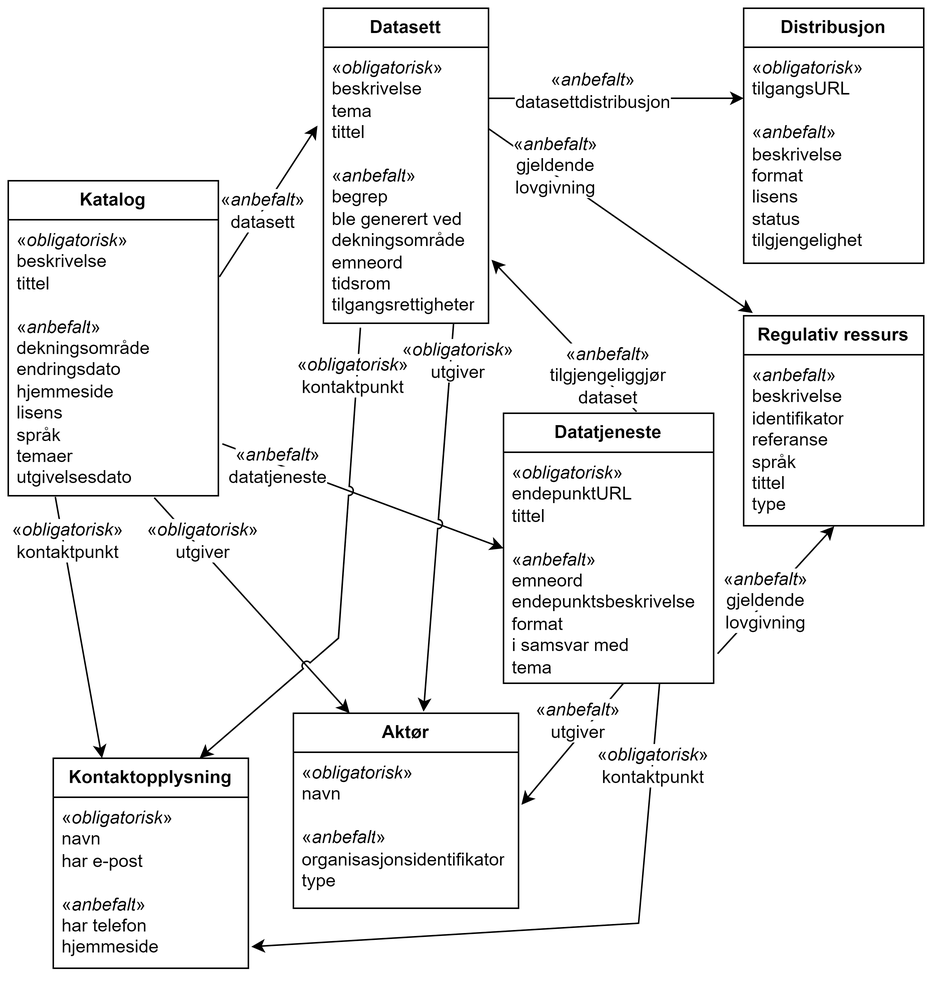
Above: docs/images/DCAT-AP-NO-forenklet-fremstilling.png in Informasjonsforvaltning/dcat-ap-no (draw.io), before the change. Source tidied: cells renumbered, new cells last; positions are measured from the earlier drawing's top-left corner, leaving out a move shared by most shapes.
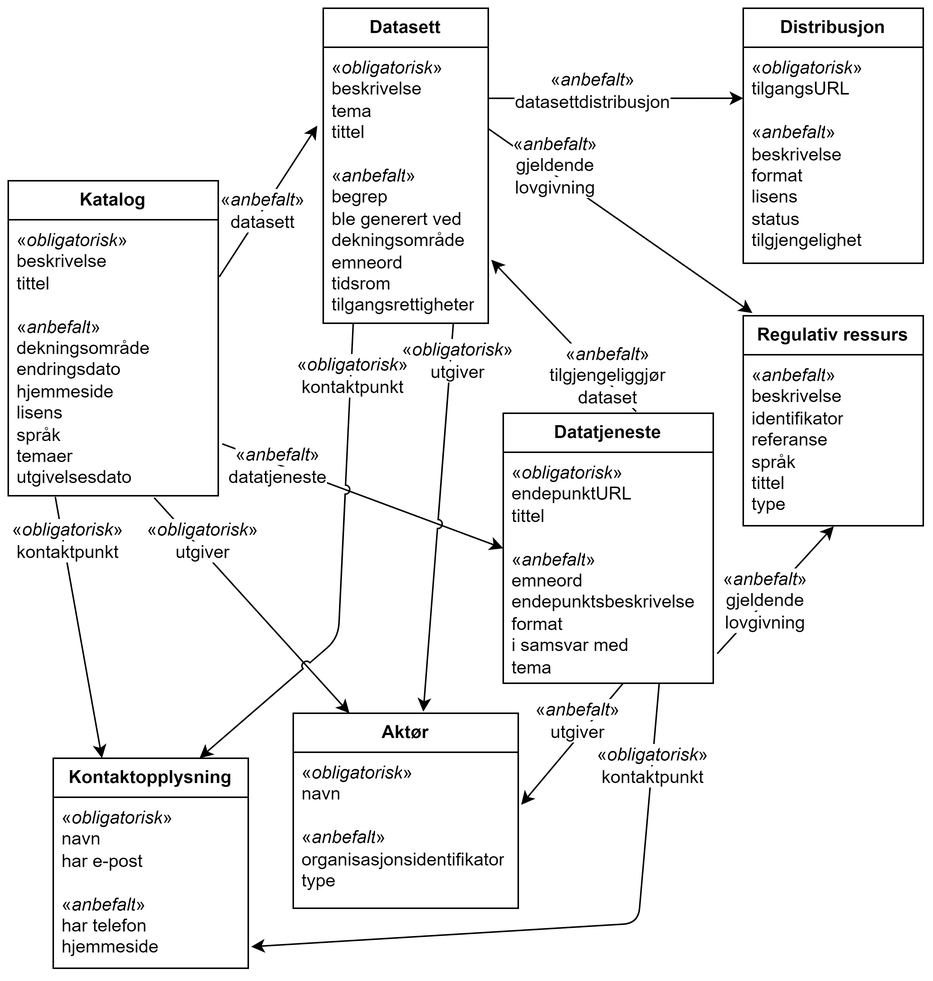
Later version of the same file.

Commit message:
Oppdaterer Forenklet fremstilling

Diff of the diagram source:
```diff
@@ -100,7 +100,7 @@
     <mxCell id="33" value="&lt;span style=&quot;background-color: rgb(255, 255, 255);&quot;&gt;«&lt;i&gt;anbefalt&lt;/i&gt;»&lt;/span&gt;&lt;div&gt;&lt;span style=&quot;background-color: rgb(255, 255, 255);&quot;&gt;utgiver&lt;/span&gt;&lt;/div&gt;" style="text;html=1;align=center;verticalAlign=middle;whiteSpace=wrap;rounded=0;" parent="1" vertex="1">
       <mxGeometry x="350" y="460" width="60" height="30" as="geometry" />
     </mxCell>
-    <mxCell id="34" style="endArrow=classic;html=1;rounded=0;exitX=0.743;exitY=0.998;exitDx=0;exitDy=0;exitPerimeter=0;entryX=1.015;entryY=0.874;entryDx=0;entryDy=0;entryPerimeter=0;" parent="1" edge="1" source="15" target="5">
+    <mxCell id="34" style="endArrow=classic;html=1;rounded=1;exitX=0.743;exitY=0.998;exitDx=0;exitDy=0;exitPerimeter=0;entryX=1.015;entryY=0.874;entryDx=0;entryDy=0;entryPerimeter=0;curved=0;" parent="1" edge="1" source="15" target="5">
       <mxGeometry relative="1" as="geometry">
         <Array as="points">
           <mxPoint x="420" y="610" />
@@ -110,8 +110,9 @@
     <mxCell id="35" value="&lt;span style=&quot;background-color: rgb(255, 255, 255);&quot;&gt;«&lt;i&gt;obligatorisk&lt;/i&gt;»&lt;/span&gt;&lt;div&gt;&lt;span style=&quot;background-color: rgb(255, 255, 255);&quot;&gt;kontaktpunkt&lt;/span&gt;&lt;/div&gt;" style="text;html=1;align=center;verticalAlign=middle;whiteSpace=wrap;rounded=0;" parent="1" vertex="1">
       <mxGeometry x="400" y="490" width="60" height="30" as="geometry" />
     </mxCell>
-    <mxCell id="36" style="endArrow=classic;html=1;rounded=0;exitX=0.224;exitY=1.016;exitDx=0;exitDy=0;entryX=0.75;entryY=0;entryDx=0;entryDy=0;jumpStyle=arc;exitPerimeter=0;" parent="1" edge="1" source="13" target="4">
+    <mxCell id="36" style="endArrow=classic;html=1;rounded=1;entryX=0.75;entryY=0;entryDx=0;entryDy=0;jumpStyle=arc;curved=0;" parent="1" edge="1" target="4">
       <mxGeometry relative="1" as="geometry">
+        <mxPoint x="230" y="210" as="sourcePoint" />
         <Array as="points">
           <mxPoint x="220" y="420" />
         </Array>
```
